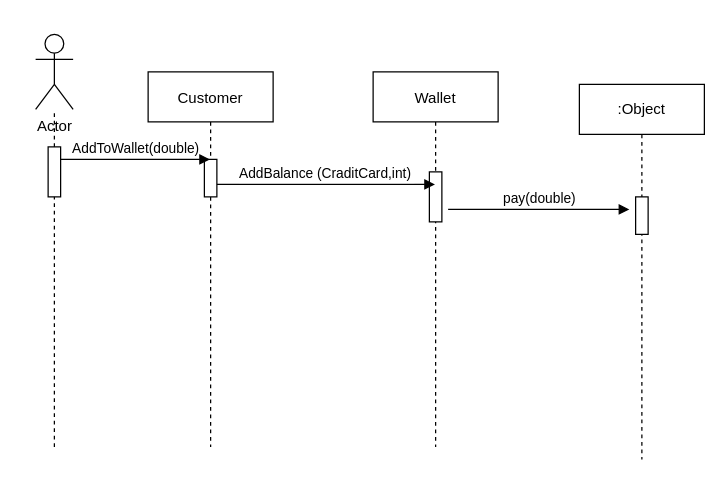
The draw.io diagram walletrecharge_final.drawio in ZeyadMoAli/Software_Project, before the edit. Source tidied: cells renumbered, new cells numbered last; positions are measured from the earlier drawing's top-left corner, leaving out a move shared by most shapes. Both pictures are drawn from the tidied source at 125%, with x=0, y=0 at pixel (35, 34).
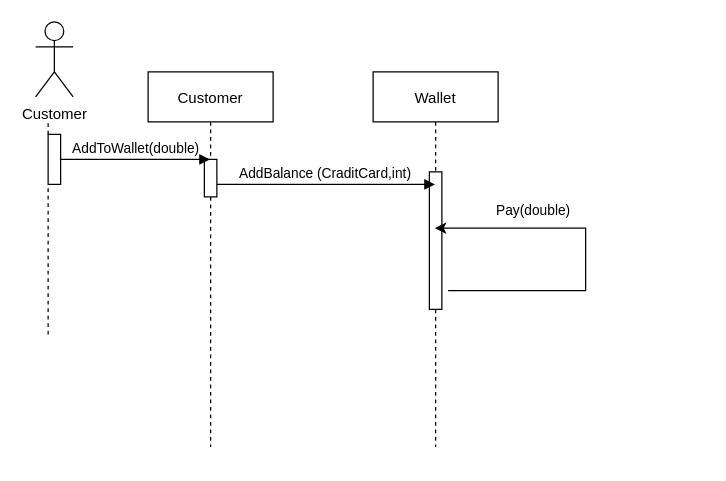
The same page after the edit.

Diff of the diagram source:
```diff
@@
 <mxGraphModel>
   <root>
     <mxCell id="0" />
     <mxCell id="1" parent="0" />
     <mxCell id="2" value="Customer" style="shape=umlLifeline;perimeter=lifelinePerimeter;rounded=0;shadow=0;strokeWidth=1;" parent="1" vertex="1">
       <mxGeometry x="90" y="30" width="100" height="300" as="geometry" />
     </mxCell>
     <mxCell id="3" style="points=[];perimeter=orthogonalPerimeter;rounded=0;shadow=0;strokeWidth=1;" parent="2" vertex="1">
       <mxGeometry x="45" y="70" width="10" height="30" as="geometry" />
     </mxCell>
     <mxCell id="4" value="Wallet" style="shape=umlLifeline;perimeter=lifelinePerimeter;rounded=0;shadow=0;strokeWidth=1;" parent="1" vertex="1">
       <mxGeometry x="270" y="30" width="100" height="300" as="geometry" />
     </mxCell>
     <mxCell id="5" style="perimeter=orthogonalPerimeter;rounded=0;shadow=0;strokeWidth=1;" parent="4" vertex="1">
-      <mxGeometry x="45" y="80" width="10" height="40" as="geometry" />
+      <mxGeometry x="45" y="80" width="10" height="110" as="geometry" />
     </mxCell>
+    <mxCell id="14" style="edgeStyle=segmentEdgeStyle;endArrow=classic;html=1;rounded=0;" parent="4" edge="1" target="4">
+      <mxGeometry relative="1" as="geometry">
+        <mxPoint x="60" y="175" as="sourcePoint" />
+        <Array as="points">
+          <mxPoint x="170" y="175" />
+          <mxPoint x="170" y="125" />
+        </Array>
+      </mxGeometry>
+    </mxCell>
+    <mxCell id="15" value="Pay(double)" style="edgeLabel;html=1;align=center;verticalAlign=middle;" parent="14" vertex="1">
+      <mxGeometry x="0.34" y="3" relative="1" as="geometry">
+        <mxPoint x="-15" y="-18" as="offset" />
+      </mxGeometry>
+    </mxCell>
     <mxCell id="6" value="AddBalance (CraditCard,int)" style="verticalAlign=bottom;endArrow=block;shadow=0;strokeWidth=1;" parent="1" edge="1" source="3" target="4">
       <mxGeometry relative="1" as="geometry">
         <Array as="points">
           <mxPoint x="210" y="120" />
         </Array>
       </mxGeometry>
     </mxCell>
-    <mxCell id="7" value="Actor" style="shape=umlActor;verticalLabelPosition=bottom;verticalAlign=top;html=1;outlineConnect=0;" parent="1" vertex="1">
-      <mxGeometry width="30" height="60" as="geometry" />
+    <mxCell id="7" value="Customer" style="shape=umlActor;verticalLabelPosition=bottom;verticalAlign=top;html=1;outlineConnect=0;" parent="1" vertex="1">
+      <mxGeometry y="-10" width="30" height="60" as="geometry" />
     </mxCell>
-    <mxCell id="8" value="pay(double)" style="html=1;verticalAlign=bottom;endArrow=block;" parent="1" edge="1">
-      <mxGeometry relative="1" as="geometry">
-        <mxPoint x="330" y="140" as="sourcePoint" />
-        <mxPoint x="475" y="140" as="targetPoint" />
-      </mxGeometry>
-    </mxCell>
-    <mxCell id="9" value=":Object" style="shape=umlLifeline;perimeter=lifelinePerimeter;whiteSpace=wrap;html=1;" parent="1" vertex="1">
-      <mxGeometry x="435" y="40" width="100" height="300" as="geometry" />
-    </mxCell>
-    <mxCell id="10" style="html=1;perimeter=orthogonalPerimeter;" parent="1" vertex="1">
-      <mxGeometry x="480" y="130" width="10" height="30" as="geometry" />
-    </mxCell>
-    <mxCell id="11" style="endArrow=none;dashed=1;html=1;" parent="1" edge="1" target="7">
-      <mxGeometry relative="1" as="geometry">
-        <mxPoint x="15" y="330" as="sourcePoint" />
-        <Array as="points">
-          <mxPoint x="15" y="220" />
-        </Array>
-      </mxGeometry>
-    </mxCell>
+    <mxCell id="13" value="AddToWallet(double)" style="html=1;verticalAlign=bottom;endArrow=block;" parent="1" edge="1" target="2">
+      <mxGeometry relative="1" as="geometry">
+        <mxPoint x="20" y="100" as="sourcePoint" />
+      </mxGeometry>
+    </mxCell>
+    <mxCell id="16" style="endArrow=none;dashed=1;html=1;rounded=0;startArrow=none;" parent="1" edge="1" source="12">
+      <mxGeometry relative="1" as="geometry">
+        <mxPoint x="10" y="70" as="targetPoint" />
+      </mxGeometry>
+    </mxCell>
     <mxCell id="12" style="html=1;points=[];perimeter=orthogonalPerimeter;" parent="1" vertex="1">
-      <mxGeometry x="10" y="90" width="10" height="40" as="geometry" />
+      <mxGeometry x="10" y="80" width="10" height="40" as="geometry" />
     </mxCell>
-    <mxCell id="13" value="AddToWallet(double)" style="html=1;verticalAlign=bottom;endArrow=block;" parent="1" edge="1" target="2">
-      <mxGeometry relative="1" as="geometry">
-        <mxPoint x="20" y="100" as="sourcePoint" />
-      </mxGeometry>
-    </mxCell>
+    <mxCell id="17" style="endArrow=none;dashed=1;html=1;rounded=0;" parent="1" edge="1" target="12">
+      <mxGeometry relative="1" as="geometry">
+        <mxPoint x="10" y="240" as="sourcePoint" />
+      </mxGeometry>
+    </mxCell>
   </root>
 </mxGraphModel>
```
